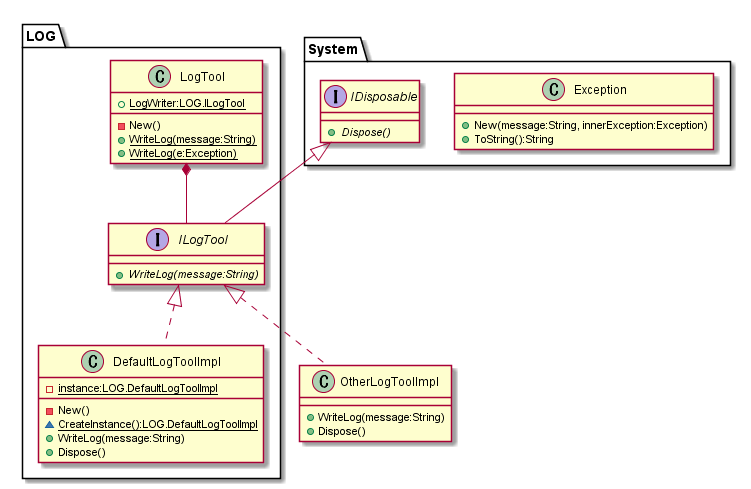
The PlantUML diagram doc/ClassDiagram/LogUtill.png in hirorich/CommonTool, before a commit.
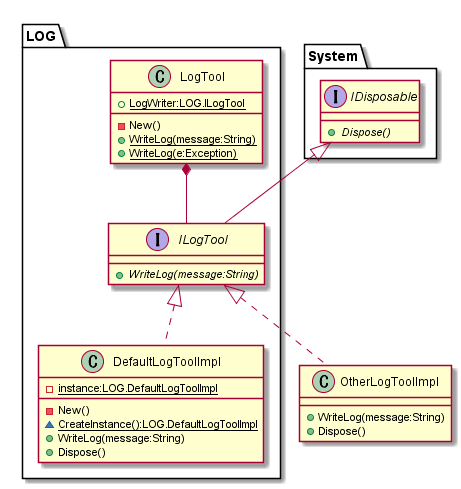
After the commit.

Commit message:
共通的に使用するFrameworkクラスを別のクラス図に記載

The edit, as a diff of the source:
```diff
@@ -1,9 +1,4 @@
 @startuml LogUtill.png
-
-class System.Exception {
-  + New(message:String, innerException:Exception)
-  + ToString():String
-}
 
 interface System.IDisposable {
   + {abstract} Dispose()
```
